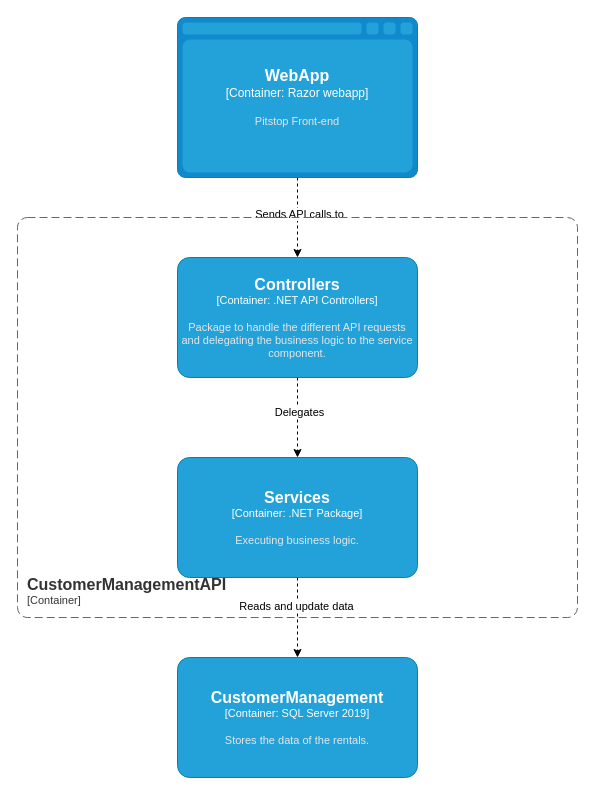
Before: Docs/Models/Component diagram CustomerManagementAPI.drawio in hanaim-devops/devops-bp-pitstop-uitbreiding-team-tbd, a draw.io diagram. Source tidied: cells renumbered, new cells numbered last; positions are measured from the earlier drawing's top-left corner, leaving out a move shared by most shapes. Both pictures are drawn from the tidied source at 100%, with x=0, y=0 at pixel (17, 17).
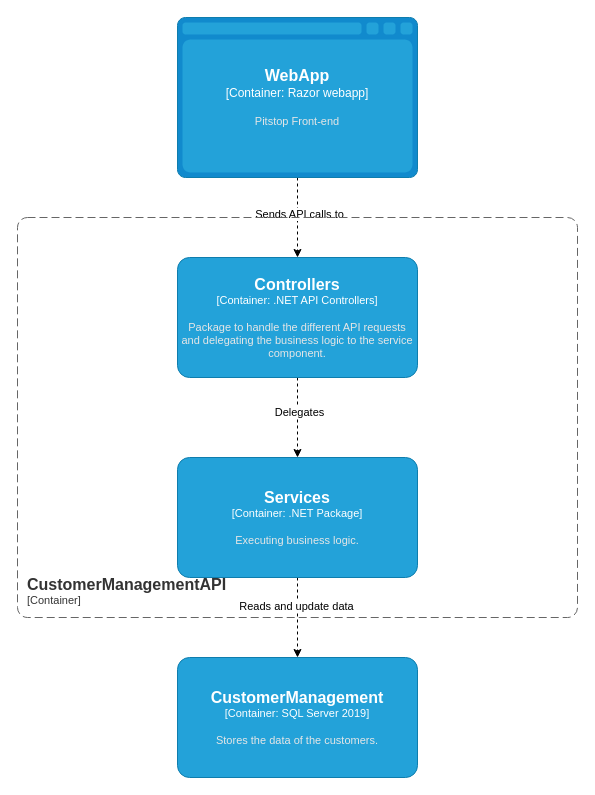
The same diagram, later.

Commit message (it also covers changes not shown here):
Added customer component to technisch ontwerp

Change to the diagram source:
```diff
@@
 <mxGraphModel>
   <root>
     <mxCell id="0" />
     <mxCell id="1" parent="0" />
     <mxCell id="2" style="edgeStyle=orthogonalEdgeStyle;rounded=0;jettySize=auto;html=1;dashed=1;" parent="1" edge="1" source="4" target="7">
       <mxGeometry relative="1" as="geometry" />
     </mxCell>
     <mxCell id="3" value="Sends API calls to" style="edgeLabel;html=1;align=center;verticalAlign=middle;" parent="2" vertex="1">
       <mxGeometry x="-0.11" y="1" relative="1" as="geometry" />
     </mxCell>
     <object id="4" label="&lt;font style=&quot;font-size: 16px&quot;&gt;&lt;b&gt;%c4Name%&lt;/b&gt;&lt;/font&gt;&lt;div&gt;[%c4Type%:&amp;nbsp;%c4Technology%]&lt;/div&gt;&lt;br&gt;&lt;div&gt;&lt;font style=&quot;font-size: 11px&quot;&gt;&lt;font color=&quot;#E6E6E6&quot;&gt;%c4Description%&lt;/font&gt;&lt;/div&gt;" c4Description="Pitstop Front-end" c4Name="WebApp" c4Technology="Razor webapp" c4Type="Container" placeholders="1">
       <mxCell style="shape=mxgraph.c4.webBrowserContainer2;whiteSpace=wrap;html=1;boundedLbl=1;rounded=0;labelBackgroundColor=none;strokeColor=#118ACD;fillColor=#23A2D9;strokeColor=#118ACD;strokeColor2=#0E7DAD;fontSize=12;fontColor=#ffffff;align=center;points=[[0.5,0,0],[1,0.25,0],[1,0.5,0],[1,0.75,0],[0.5,1,0],[0,0.75,0],[0,0.5,0],[0,0.25,0]];" parent="1" vertex="1">
         <mxGeometry x="160" width="240" height="160" as="geometry" />
       </mxCell>
     </object>
     <mxCell id="5" style="edgeStyle=orthogonalEdgeStyle;rounded=0;jettySize=auto;html=1;dashed=1;" parent="1" edge="1" source="7" target="10">
       <mxGeometry relative="1" as="geometry" />
     </mxCell>
     <mxCell id="6" value="Delegates" style="edgeLabel;html=1;align=center;verticalAlign=middle;" parent="5" vertex="1">
       <mxGeometry x="-0.15" y="1" relative="1" as="geometry" />
     </mxCell>
     <object id="7" label="&lt;font style=&quot;font-size: 16px&quot;&gt;&lt;b&gt;%c4Name%&lt;/b&gt;&lt;/font&gt;&lt;div&gt;[%c4Type%: %c4Technology%]&lt;/div&gt;&lt;br&gt;&lt;div&gt;&lt;font style=&quot;font-size: 11px&quot;&gt;&lt;font color=&quot;#E6E6E6&quot;&gt;%c4Description%&lt;/font&gt;&lt;/div&gt;" c4Description="Package to handle the different API requests and delegating the business logic to the service component." c4Name="Controllers" c4Technology=".NET API Controllers" c4Type="Container" placeholders="1">
       <mxCell style="rounded=1;whiteSpace=wrap;html=1;fontSize=11;labelBackgroundColor=none;fillColor=#23A2D9;fontColor=#ffffff;align=center;arcSize=10;strokeColor=#0E7DAD;points=[[0.25,0,0],[0.5,0,0],[0.75,0,0],[1,0.25,0],[1,0.5,0],[1,0.75,0],[0.75,1,0],[0.5,1,0],[0.25,1,0],[0,0.75,0],[0,0.5,0],[0,0.25,0]];" parent="1" vertex="1">
         <mxGeometry x="160" y="240" width="240" height="120" as="geometry" />
       </mxCell>
     </object>
     <mxCell id="8" style="edgeStyle=orthogonalEdgeStyle;rounded=0;jettySize=auto;html=1;dashed=1;" parent="1" edge="1" source="10" target="11">
       <mxGeometry relative="1" as="geometry" />
     </mxCell>
     <mxCell id="9" value="Reads and update data" style="edgeLabel;html=1;align=center;verticalAlign=middle;" parent="8" vertex="1">
       <mxGeometry x="-0.3" y="-2" relative="1" as="geometry" />
     </mxCell>
     <object id="10" label="&lt;font style=&quot;font-size: 16px&quot;&gt;&lt;b&gt;%c4Name%&lt;/b&gt;&lt;/font&gt;&lt;div&gt;[%c4Type%: %c4Technology%]&lt;/div&gt;&lt;br&gt;&lt;div&gt;&lt;font style=&quot;font-size: 11px&quot;&gt;&lt;font color=&quot;#E6E6E6&quot;&gt;%c4Description%&lt;/font&gt;&lt;/div&gt;" c4Description="Executing business logic." c4Name="Services" c4Technology=".NET Package" c4Type="Container" placeholders="1">
       <mxCell style="rounded=1;whiteSpace=wrap;html=1;fontSize=11;labelBackgroundColor=none;fillColor=#23A2D9;fontColor=#ffffff;align=center;arcSize=10;strokeColor=#0E7DAD;points=[[0.25,0,0],[0.5,0,0],[0.75,0,0],[1,0.25,0],[1,0.5,0],[1,0.75,0],[0.75,1,0],[0.5,1,0],[0.25,1,0],[0,0.75,0],[0,0.5,0],[0,0.25,0]];" parent="1" vertex="1">
         <mxGeometry x="160" y="440" width="240" height="120" as="geometry" />
       </mxCell>
     </object>
-    <object id="11" label="&lt;font style=&quot;font-size: 16px&quot;&gt;&lt;b&gt;%c4Name%&lt;/b&gt;&lt;/font&gt;&lt;div&gt;[%c4Type%: %c4Technology%]&lt;/div&gt;&lt;br&gt;&lt;div&gt;&lt;font style=&quot;font-size: 11px&quot;&gt;&lt;font color=&quot;#E6E6E6&quot;&gt;%c4Description%&lt;/font&gt;&lt;/div&gt;" c4Description="Stores the data of the rentals." c4Name="CustomerManagement" c4Technology="SQL Server 2019" c4Type="Container" placeholders="1">
+    <object id="11" label="&lt;font style=&quot;font-size: 16px&quot;&gt;&lt;b&gt;%c4Name%&lt;/b&gt;&lt;/font&gt;&lt;div&gt;[%c4Type%: %c4Technology%]&lt;/div&gt;&lt;br&gt;&lt;div&gt;&lt;font style=&quot;font-size: 11px&quot;&gt;&lt;font color=&quot;#E6E6E6&quot;&gt;%c4Description%&lt;/font&gt;&lt;/div&gt;" c4Description="Stores the data of the customers." c4Name="CustomerManagement" c4Technology="SQL Server 2019" c4Type="Container" placeholders="1">
       <mxCell style="rounded=1;whiteSpace=wrap;html=1;fontSize=11;labelBackgroundColor=none;fillColor=#23A2D9;fontColor=#ffffff;align=center;arcSize=10;strokeColor=#0E7DAD;points=[[0.25,0,0],[0.5,0,0],[0.75,0,0],[1,0.25,0],[1,0.5,0],[1,0.75,0],[0.75,1,0],[0.5,1,0],[0.25,1,0],[0,0.75,0],[0,0.5,0],[0,0.25,0]];" parent="1" vertex="1">
         <mxGeometry x="160" y="640" width="240" height="120" as="geometry" />
       </mxCell>
     </object>
     <object id="12" label="&lt;font style=&quot;font-size: 16px&quot;&gt;&lt;b&gt;&lt;div style=&quot;text-align: left&quot;&gt;%c4Name%&lt;/div&gt;&lt;/b&gt;&lt;/font&gt;&lt;div style=&quot;text-align: left&quot;&gt;[%c4Application%]&lt;/div&gt;" c4Application="Container" c4Name="CustomerManagementAPI" placeholders="1">
       <mxCell style="rounded=1;fontSize=11;whiteSpace=wrap;html=1;dashed=1;arcSize=20;fillColor=none;strokeColor=#666666;fontColor=#333333;labelBackgroundColor=none;align=left;verticalAlign=bottom;labelBorderColor=none;spacingTop=0;spacing=10;dashPattern=8 4;perimeter=rectanglePerimeter;noLabel=0;labelPadding=0;absoluteArcSize=1;" parent="1" vertex="1">
         <mxGeometry y="200" width="560" height="400" as="geometry" />
       </mxCell>
     </object>
   </root>
 </mxGraphModel>
```
